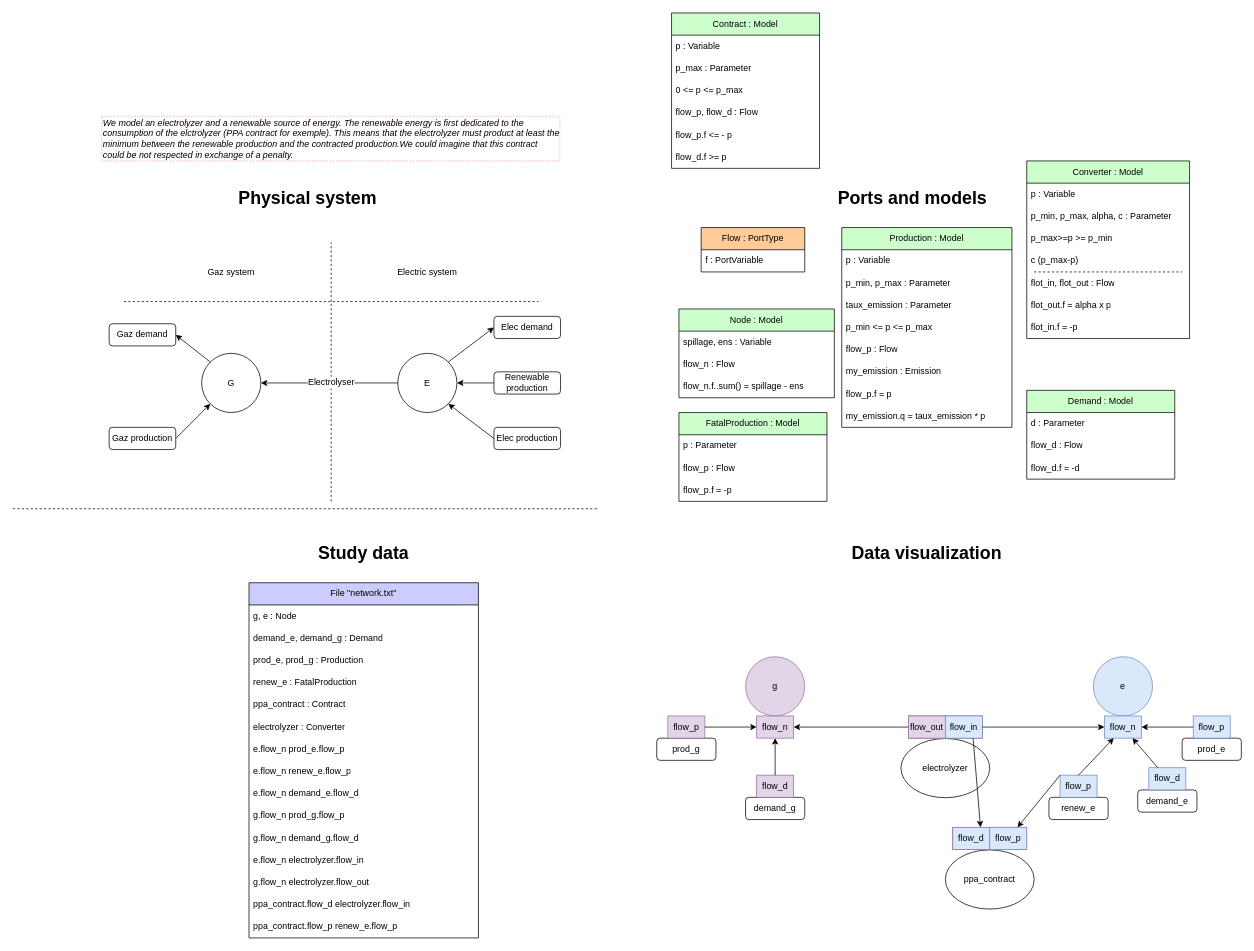
AntaresSimulatorTeam/andromede-modeling-prototype keeps this draw.io diagram as page "systems_liked_contract" (1 of 3) of models-design/systems/electrolyzer_subject_to_renawable.drawio. Above is the earlier version. Source tidied: cells renumbered, new cells numbered last; positions are measured from the earlier drawing's top-left corner, leaving out a move shared by most shapes. Both pictures are drawn from the tidied source at 74%, with x=0, y=0 at pixel (13, 13).
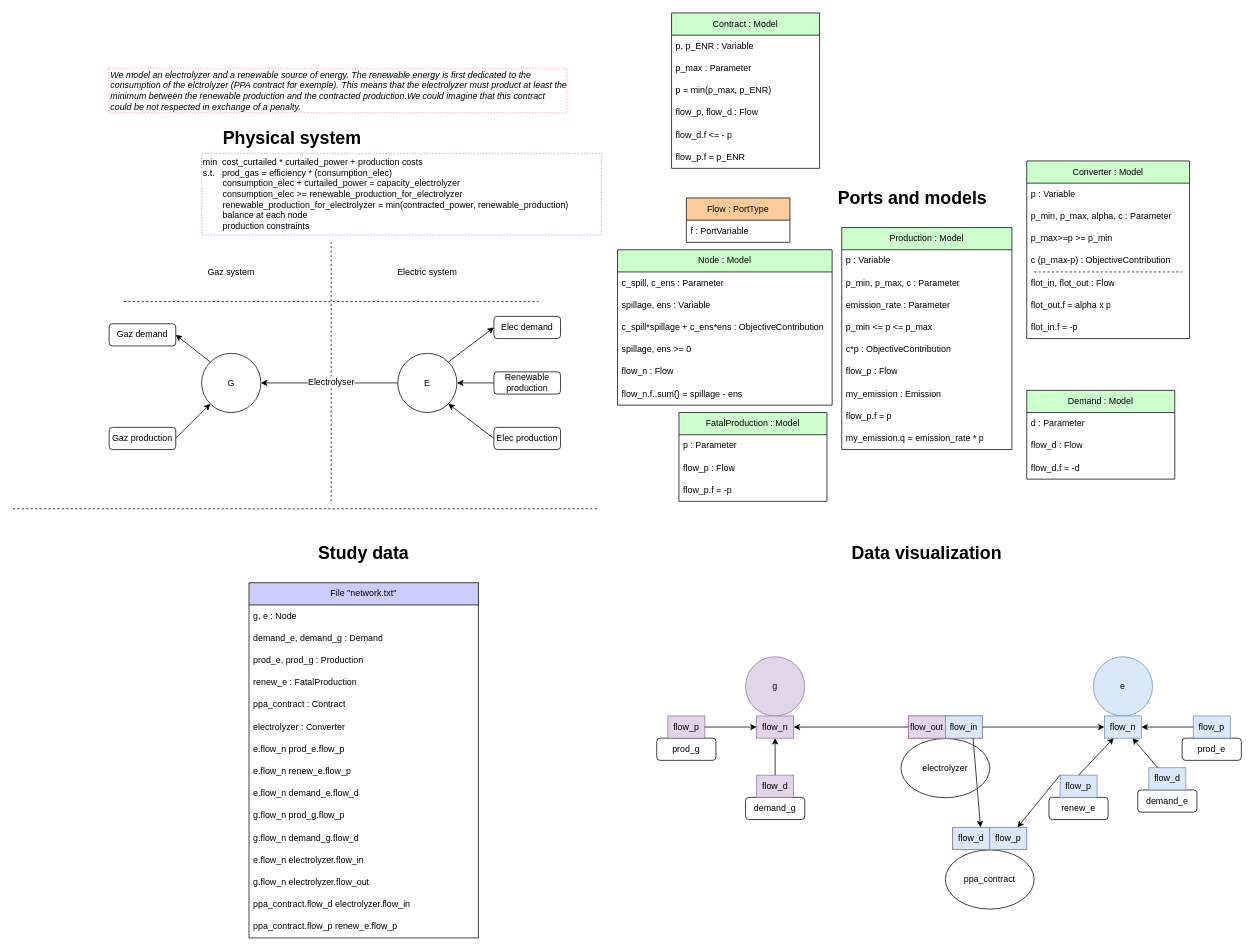
Above is the later version.

The change refers to these unchanged cells:
```xml
<mxCell id="21" style="group;" parent="1" vertex="1">
  <mxGeometry x="880" y="230" width="710" height="460" as="geometry" />
</mxCell>
<mxCell id="29" value="&lt;font color=&quot;#000000&quot;&gt;Converter : Model&lt;/font&gt;" style="swimlane;fontStyle=0;horizontal=1;startSize=30;whiteSpace=wrap;html=1;fillColor=#CCFFCC;" parent="21" vertex="1">
  <mxGeometry x="490" y="-30" width="220" height="240" as="geometry" />
</mxCell>
<mxCell id="110" value="Contract : Model" style="swimlane;fontStyle=0;horizontal=1;startSize=30;whiteSpace=wrap;html=1;fillColor=#CCFFCC;fontColor=#000000;" parent="1" vertex="1">
  <mxGeometry x="890" width="200" height="210" as="geometry" />
</mxCell>
```

Change to the diagram source:
```diff
@@
     <mxCell id="20" value="&lt;h1&gt;Physical system&lt;br&gt;&lt;/h1&gt;" style="text;html=1;strokeColor=none;fillColor=none;spacing=5;spacingTop=-20;whiteSpace=wrap;overflow=hidden;rounded=0;" parent="1" vertex="1">
-      <mxGeometry x="300" y="230" width="250" height="40" as="geometry" />
+      <mxGeometry x="279" y="150" width="250" height="40" as="geometry" />
     </mxCell>
@@
     <mxCell id="23" value="Flow : PortType" style="swimlane;fontStyle=0;horizontal=1;startSize=30;whiteSpace=wrap;html=1;fillColor=#FFCC99;" parent="21" vertex="1">
-      <mxGeometry x="50" y="60" width="140" height="60" as="geometry" />
+      <mxGeometry x="30" y="20" width="140" height="60" as="geometry" />
     </mxCell>
@@
-    <mxCell id="25" value="Node : Model" style="swimlane;fontStyle=0;horizontal=1;startSize=30;whiteSpace=wrap;html=1;fillColor=#CCFFCC;fontColor=#000000;" parent="21" vertex="1">
-      <mxGeometry x="20" y="170" width="210" height="120" as="geometry" />
-    </mxCell>
-    <mxCell id="26" value="spillage, ens : Variable" style="text;strokeColor=none;fillColor=none;align=left;verticalAlign=middle;spacingLeft=4;spacingRight=4;overflow=hidden;whiteSpace=wrap;html=1;" parent="25" vertex="1">
-      <mxGeometry y="30" width="210" height="30" as="geometry" />
-    </mxCell>
-    <mxCell id="27" value="flow_n : Flow" style="text;strokeColor=none;fillColor=none;align=left;verticalAlign=middle;spacingLeft=4;spacingRight=4;overflow=hidden;whiteSpace=wrap;html=1;" parent="25" vertex="1">
-      <mxGeometry y="60" width="210" height="30" as="geometry" />
-    </mxCell>
-    <mxCell id="28" value="flow_n.f..sum() = spillage - ens" style="text;strokeColor=none;fillColor=none;align=left;verticalAlign=middle;spacingLeft=4;spacingRight=4;overflow=hidden;whiteSpace=wrap;html=1;" parent="25" vertex="1">
-      <mxGeometry y="90" width="210" height="30" as="geometry" />
-    </mxCell>
@@
-    <mxCell id="33" value="c (p_max-p)" style="text;strokeColor=none;fillColor=none;align=left;verticalAlign=middle;spacingLeft=4;spacingRight=4;overflow=hidden;whiteSpace=wrap;html=1;" parent="29" vertex="1">
+    <mxCell id="33" value="c (p_max-p) : ObjectiveContribution" style="text;strokeColor=none;fillColor=none;align=left;verticalAlign=middle;spacingLeft=4;spacingRight=4;overflow=hidden;whiteSpace=wrap;html=1;" parent="29" vertex="1">
       <mxGeometry y="120" width="220" height="30" as="geometry" />
     </mxCell>
@@
+    <mxCell id="25" value="Node : Model" style="swimlane;fontStyle=0;horizontal=1;startSize=30;whiteSpace=wrap;html=1;fillColor=#CCFFCC;fontColor=#000000;" parent="21" vertex="1">
+      <mxGeometry x="-63" y="90" width="290" height="210" as="geometry" />
+    </mxCell>
+    <mxCell id="124" value="c_spill, c_ens : Parameter" style="text;strokeColor=none;fillColor=none;align=left;verticalAlign=middle;spacingLeft=4;spacingRight=4;overflow=hidden;whiteSpace=wrap;html=1;" parent="25" vertex="1">
+      <mxGeometry y="30" width="290" height="30" as="geometry" />
+    </mxCell>
+    <mxCell id="26" value="spillage, ens : Variable" style="text;strokeColor=none;fillColor=none;align=left;verticalAlign=middle;spacingLeft=4;spacingRight=4;overflow=hidden;whiteSpace=wrap;html=1;" parent="25" vertex="1">
+      <mxGeometry y="60" width="290" height="30" as="geometry" />
+    </mxCell>
+    <mxCell id="125" value="c_spill*spillage + c_ens*ens : ObjectiveContribution" style="text;strokeColor=none;fillColor=none;align=left;verticalAlign=middle;spacingLeft=4;spacingRight=4;overflow=hidden;whiteSpace=wrap;html=1;" parent="25" vertex="1">
+      <mxGeometry y="90" width="290" height="30" as="geometry" />
+    </mxCell>
+    <mxCell id="126" value="spillage, ens &amp;gt;= 0" style="text;strokeColor=none;fillColor=none;align=left;verticalAlign=middle;spacingLeft=4;spacingRight=4;overflow=hidden;whiteSpace=wrap;html=1;" parent="25" vertex="1">
+      <mxGeometry y="120" width="290" height="30" as="geometry" />
+    </mxCell>
+    <mxCell id="27" value="flow_n : Flow" style="text;strokeColor=none;fillColor=none;align=left;verticalAlign=middle;spacingLeft=4;spacingRight=4;overflow=hidden;whiteSpace=wrap;html=1;" parent="25" vertex="1">
+      <mxGeometry y="150" width="290" height="30" as="geometry" />
+    </mxCell>
+    <mxCell id="28" value="flow_n.f..sum() = spillage - ens" style="text;strokeColor=none;fillColor=none;align=left;verticalAlign=middle;spacingLeft=4;spacingRight=4;overflow=hidden;whiteSpace=wrap;html=1;" parent="25" vertex="1">
+      <mxGeometry y="180" width="290" height="30" as="geometry" />
+    </mxCell>
@@
     <mxCell id="98" value="Production : Model" style="swimlane;fontStyle=0;horizontal=1;startSize=30;whiteSpace=wrap;html=1;fillColor=#CCFFCC;fontColor=#000000;" parent="1" vertex="1">
-      <mxGeometry x="1120" y="290" width="230" height="270" as="geometry" />
+      <mxGeometry x="1120" y="290" width="230" height="300" as="geometry" />
     </mxCell>
@@
-    <mxCell id="100" value="p_min, p_max : Parameter" style="text;strokeColor=none;fillColor=none;align=left;verticalAlign=middle;spacingLeft=4;spacingRight=4;overflow=hidden;whiteSpace=wrap;html=1;" parent="98" vertex="1">
+    <mxCell id="100" value="p_min, p_max, c : Parameter" style="text;strokeColor=none;fillColor=none;align=left;verticalAlign=middle;spacingLeft=4;spacingRight=4;overflow=hidden;whiteSpace=wrap;html=1;" parent="98" vertex="1">
       <mxGeometry y="60" width="230" height="30" as="geometry" />
     </mxCell>
-    <mxCell id="101" value="taux_emission : Parameter" style="text;strokeColor=none;fillColor=none;align=left;verticalAlign=middle;spacingLeft=4;spacingRight=4;overflow=hidden;whiteSpace=wrap;html=1;" parent="98" vertex="1">
+    <mxCell id="101" value="emission_rate : Parameter" style="text;strokeColor=none;fillColor=none;align=left;verticalAlign=middle;spacingLeft=4;spacingRight=4;overflow=hidden;whiteSpace=wrap;html=1;" parent="98" vertex="1">
       <mxGeometry y="90" width="230" height="30" as="geometry" />
     </mxCell>
@@
+    <mxCell id="127" value="c*p : ObjectiveContribution" style="text;strokeColor=none;fillColor=none;align=left;verticalAlign=middle;spacingLeft=4;spacingRight=4;overflow=hidden;whiteSpace=wrap;html=1;" parent="98" vertex="1">
+      <mxGeometry y="150" width="230" height="30" as="geometry" />
+    </mxCell>
     <mxCell id="103" value="flow_p : Flow" style="text;strokeColor=none;fillColor=none;align=left;verticalAlign=middle;spacingLeft=4;spacingRight=4;overflow=hidden;whiteSpace=wrap;html=1;" parent="98" vertex="1">
-      <mxGeometry y="150" width="230" height="30" as="geometry" />
+      <mxGeometry y="180" width="230" height="30" as="geometry" />
     </mxCell>
     <mxCell id="104" value="my_emission : Emission" style="text;strokeColor=none;fillColor=none;align=left;verticalAlign=middle;spacingLeft=4;spacingRight=4;overflow=hidden;whiteSpace=wrap;html=1;" parent="98" vertex="1">
-      <mxGeometry y="180" width="230" height="30" as="geometry" />
+      <mxGeometry y="210" width="230" height="30" as="geometry" />
     </mxCell>
     <mxCell id="105" value="flow_p.f = p" style="text;strokeColor=none;fillColor=none;align=left;verticalAlign=middle;spacingLeft=4;spacingRight=4;overflow=hidden;whiteSpace=wrap;html=1;" parent="98" vertex="1">
-      <mxGeometry y="210" width="230" height="30" as="geometry" />
+      <mxGeometry y="240" width="230" height="30" as="geometry" />
     </mxCell>
-    <mxCell id="106" value="my_emission.q = taux_emission * p" style="text;strokeColor=none;fillColor=none;align=left;verticalAlign=middle;spacingLeft=4;spacingRight=4;overflow=hidden;whiteSpace=wrap;html=1;" parent="98" vertex="1">
-      <mxGeometry y="240" width="230" height="30" as="geometry" />
+    <mxCell id="106" value="my_emission.q = emission_rate * p" style="text;strokeColor=none;fillColor=none;align=left;verticalAlign=middle;spacingLeft=4;spacingRight=4;overflow=hidden;whiteSpace=wrap;html=1;" parent="98" vertex="1">
+      <mxGeometry y="270" width="230" height="30" as="geometry" />
     </mxCell>
     <mxCell id="107" value="&lt;i&gt;We model an electrolyzer and a renewable source of energy. The renewable energy is first dedicated to the consumption of the elctrolyzer (PPA contract for exemple). This means that the electrolyzer must product at least the minimum between the renewable production and the contracted production.We could imagine that this contract could be not respected in exchange of a penalty.&amp;nbsp;&lt;/i&gt;" style="text;html=1;strokeColor=#FFCCCC;fillColor=none;align=left;verticalAlign=middle;whiteSpace=wrap;rounded=0;dashed=1;dashPattern=1 1;strokeWidth=2;" parent="1" vertex="1">
-      <mxGeometry x="120" y="140" width="619" height="60" as="geometry" />
+      <mxGeometry x="129.5" y="75" width="619" height="60" as="geometry" />
     </mxCell>
@@
-    <mxCell id="111" value="p : Variable" style="text;strokeColor=none;fillColor=none;align=left;verticalAlign=middle;spacingLeft=4;spacingRight=4;overflow=hidden;whiteSpace=wrap;html=1;" parent="110" vertex="1">
+    <mxCell id="111" value="p, p_ENR : Variable" style="text;strokeColor=none;fillColor=none;align=left;verticalAlign=middle;spacingLeft=4;spacingRight=4;overflow=hidden;whiteSpace=wrap;html=1;" parent="110" vertex="1">
       <mxGeometry y="30" width="200" height="30" as="geometry" />
     </mxCell>
@@
-    <mxCell id="113" value="0 &amp;lt;= p &amp;lt;= p_max" style="text;strokeColor=none;fillColor=none;align=left;verticalAlign=middle;spacingLeft=4;spacingRight=4;overflow=hidden;whiteSpace=wrap;html=1;" parent="110" vertex="1">
+    <mxCell id="113" value="p = min(p_max, p_ENR)" style="text;strokeColor=none;fillColor=none;align=left;verticalAlign=middle;spacingLeft=4;spacingRight=4;overflow=hidden;whiteSpace=wrap;html=1;" parent="110" vertex="1">
       <mxGeometry y="90" width="200" height="30" as="geometry" />
     </mxCell>
@@
-    <mxCell id="115" value="flow_p.f &amp;lt;= - p" style="text;strokeColor=none;fillColor=none;align=left;verticalAlign=middle;spacingLeft=4;spacingRight=4;overflow=hidden;whiteSpace=wrap;html=1;" parent="110" vertex="1">
+    <mxCell id="115" value="flow_d.f &amp;lt;= - p" style="text;strokeColor=none;fillColor=none;align=left;verticalAlign=middle;spacingLeft=4;spacingRight=4;overflow=hidden;whiteSpace=wrap;html=1;" parent="110" vertex="1">
       <mxGeometry y="150" width="200" height="30" as="geometry" />
     </mxCell>
-    <mxCell id="116" value="flow_d.f &amp;gt;= p" style="text;strokeColor=none;fillColor=none;align=left;verticalAlign=middle;spacingLeft=4;spacingRight=4;overflow=hidden;whiteSpace=wrap;html=1;" parent="110" vertex="1">
+    <mxCell id="116" value="flow_p.f = p_ENR" style="text;strokeColor=none;fillColor=none;align=left;verticalAlign=middle;spacingLeft=4;spacingRight=4;overflow=hidden;whiteSpace=wrap;html=1;" parent="110" vertex="1">
       <mxGeometry y="180" width="200" height="30" as="geometry" />
     </mxCell>
@@
+    <mxCell id="128" value="min&amp;nbsp; cost_curtailed * curtailed_power + production costs&lt;br&gt;s.t.&amp;nbsp; &amp;nbsp;prod_gas = efficiency * (consumption_elec)&amp;nbsp;&lt;br&gt;&lt;span style=&quot;white-space: pre;&quot;&gt;&#9;&lt;/span&gt;consumption_elec + curtailed_power = capacity_electrolyzer&lt;br&gt;&lt;span style=&quot;white-space: pre;&quot;&gt;&#9;&lt;/span&gt;consumption_elec &amp;gt;= renewable_production_for_electrolyzer&lt;br&gt;&lt;span style=&quot;white-space: pre;&quot;&gt;&#9;&lt;/span&gt;renewable_production_for_electrolyzer = min(contracted_power, renewable_production)&lt;br&gt;&lt;span style=&quot;white-space: pre;&quot;&gt;&#9;&lt;/span&gt;balance at each node&lt;br&gt;&lt;span style=&quot;white-space: pre;&quot;&gt;&#9;&lt;/span&gt;production constraints" style="text;html=1;strokeColor=#CCCCFF;fillColor=none;align=left;verticalAlign=middle;whiteSpace=wrap;rounded=0;dashed=1;dashPattern=1 1;strokeWidth=2;" parent="1" vertex="1">
+      <mxGeometry x="255" y="190" width="540" height="110" as="geometry" />
+    </mxCell>
```
